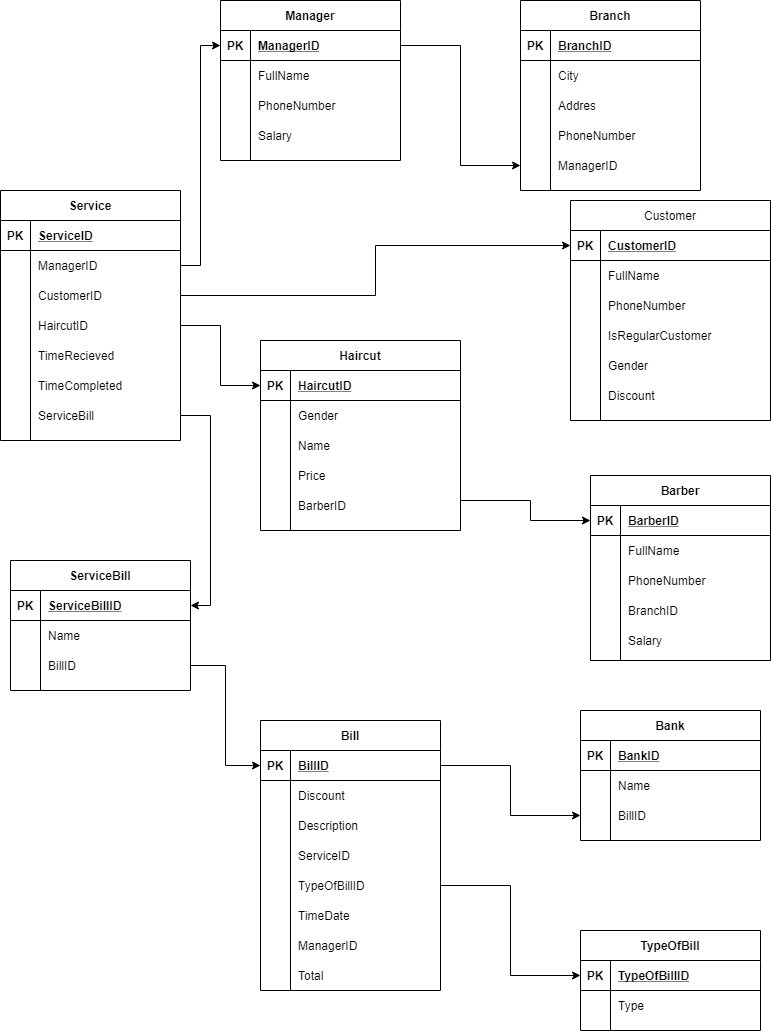
Before: lab2/Barbershop.png, a diagram exported from draw.io (leetrikon/SQL). Source tidied: cells renumbered, new cells last; positions are measured from the earlier drawing's top-left corner, leaving out a move shared by most shapes.
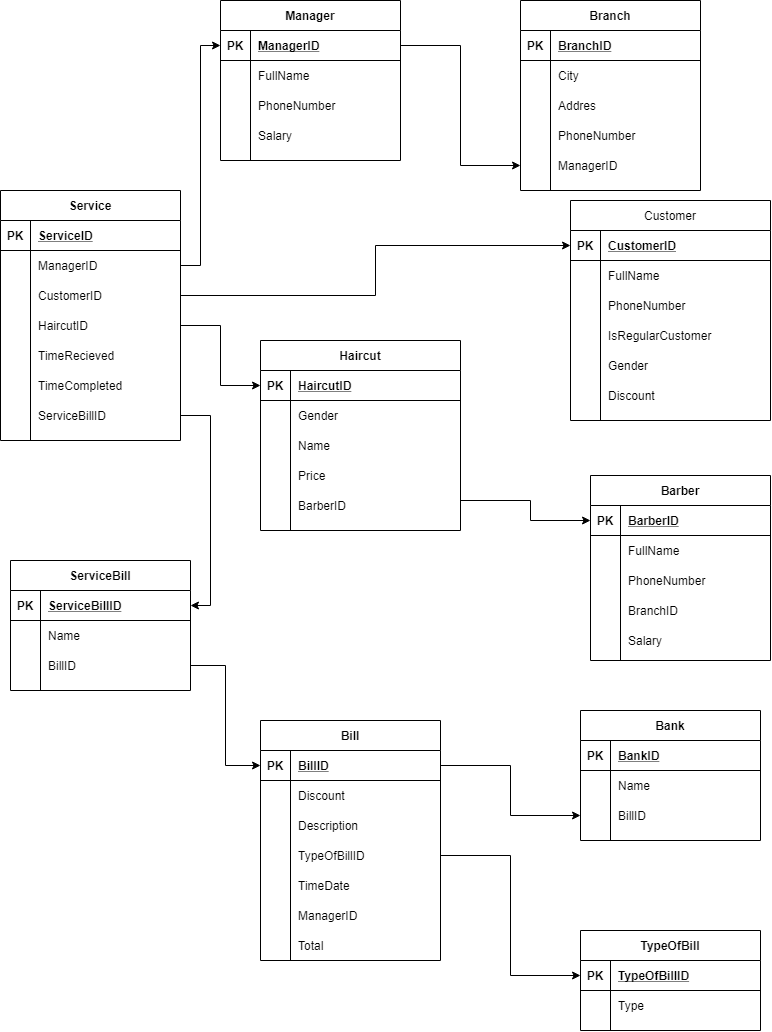
Above is the later version.

What changed in the source:
```diff
@@ -68,7 +68,7 @@
     <mxCell id="23" style="shape=partialRectangle;fillColor=none;top=0;left=0;bottom=0;right=0;overflow=hidden;" parent="22" vertex="1">
       <mxGeometry width="30" height="30" as="geometry" />
     </mxCell>
-    <mxCell id="24" value="ServiceBill" style="shape=partialRectangle;fillColor=none;top=0;left=0;bottom=0;right=0;align=left;spacingLeft=6;overflow=hidden;" parent="22" vertex="1">
+    <mxCell id="24" value="ServiceBillID" style="shape=partialRectangle;fillColor=none;top=0;left=0;bottom=0;right=0;align=left;spacingLeft=6;overflow=hidden;" parent="22" vertex="1">
       <mxGeometry x="30" width="150" height="30" as="geometry" />
     </mxCell>
     <mxCell id="25" style="edgeStyle=orthogonalEdgeStyle;rounded=0;jettySize=auto;html=1;" parent="1" edge="1" source="10" target="74">
@@ -390,7 +390,7 @@
       <mxGeometry x="30" width="150" height="30" as="geometry" />
     </mxCell>
     <mxCell id="129" value="Bill" style="shape=table;startSize=30;rowLines=0;fontStyle=1;align=center;" parent="1" vertex="1">
-      <mxGeometry x="260" y="720" width="180" height="270" as="geometry" />
+      <mxGeometry x="260" y="720" width="180" height="240" as="geometry" />
     </mxCell>
     <mxCell id="130" style="shape=partialRectangle;fillColor=none;top=0;left=0;bottom=1;right=0;points=[[0,0.5],[1,0.5]];portConstraint=eastwest;" parent="129" vertex="1">
       <mxGeometry y="30" width="180" height="30" as="geometry" />
@@ -419,17 +419,8 @@
     <mxCell id="138" value="Description" style="shape=partialRectangle;fillColor=none;top=0;left=0;bottom=0;right=0;align=left;spacingLeft=6;overflow=hidden;" parent="136" vertex="1">
       <mxGeometry x="30" width="150" height="30" as="geometry" />
     </mxCell>
-    <mxCell id="139" style="shape=partialRectangle;fillColor=none;top=0;left=0;bottom=0;right=0;" parent="129" vertex="1">
-      <mxGeometry y="120" width="180" height="30" as="geometry" />
-    </mxCell>
-    <mxCell id="140" style="shape=partialRectangle;fillColor=none;top=0;left=0;bottom=0;right=0;overflow=hidden;" parent="139" vertex="1">
-      <mxGeometry width="30" height="30" as="geometry" />
-    </mxCell>
-    <mxCell id="141" value="ServiceID" style="shape=partialRectangle;fillColor=none;top=0;left=0;bottom=0;right=0;align=left;spacingLeft=6;overflow=hidden;" parent="139" vertex="1">
-      <mxGeometry x="30" width="150" height="30" as="geometry" />
-    </mxCell>
     <mxCell id="142" style="shape=partialRectangle;fillColor=none;top=0;left=0;bottom=0;right=0;points=[[0,0.5],[1,0.5]];portConstraint=eastwest;" parent="129" vertex="1">
-      <mxGeometry y="150" width="180" height="30" as="geometry" />
+      <mxGeometry y="120" width="180" height="30" as="geometry" />
     </mxCell>
     <mxCell id="143" style="shape=partialRectangle;fillColor=none;top=0;left=0;bottom=0;right=0;overflow=hidden;" parent="142" vertex="1">
       <mxGeometry width="30" height="30" as="geometry" />
@@ -438,7 +429,7 @@
       <mxGeometry x="30" width="150" height="30" as="geometry" />
     </mxCell>
     <mxCell id="145" style="shape=partialRectangle;fillColor=none;top=0;left=0;bottom=0;right=0;" parent="129" vertex="1">
-      <mxGeometry y="180" width="180" height="30" as="geometry" />
+      <mxGeometry y="150" width="180" height="30" as="geometry" />
     </mxCell>
     <mxCell id="146" style="shape=partialRectangle;fillColor=none;top=0;left=0;bottom=0;right=0;overflow=hidden;" parent="145" vertex="1">
       <mxGeometry width="30" height="30" as="geometry" />
@@ -447,7 +438,7 @@
       <mxGeometry x="30" width="150" height="30" as="geometry" />
     </mxCell>
     <mxCell id="148" style="shape=partialRectangle;fillColor=none;top=0;left=0;bottom=0;right=0;" parent="129" vertex="1">
-      <mxGeometry y="210" width="180" height="30" as="geometry" />
+      <mxGeometry y="180" width="180" height="30" as="geometry" />
     </mxCell>
     <mxCell id="149" style="shape=partialRectangle;fillColor=none;top=0;left=0;bottom=0;right=0;overflow=hidden;" parent="148" vertex="1">
       <mxGeometry width="30" height="30" as="geometry" />
@@ -456,7 +447,7 @@
       <mxGeometry x="30" width="150" height="30" as="geometry" />
     </mxCell>
     <mxCell id="151" style="shape=partialRectangle;fillColor=none;top=0;left=0;bottom=0;right=0;" parent="129" vertex="1">
-      <mxGeometry y="240" width="180" height="30" as="geometry" />
+      <mxGeometry y="210" width="180" height="30" as="geometry" />
     </mxCell>
     <mxCell id="152" style="shape=partialRectangle;fillColor=none;top=0;left=0;bottom=0;right=0;overflow=hidden;" parent="151" vertex="1">
       <mxGeometry width="30" height="30" as="geometry" />
```
